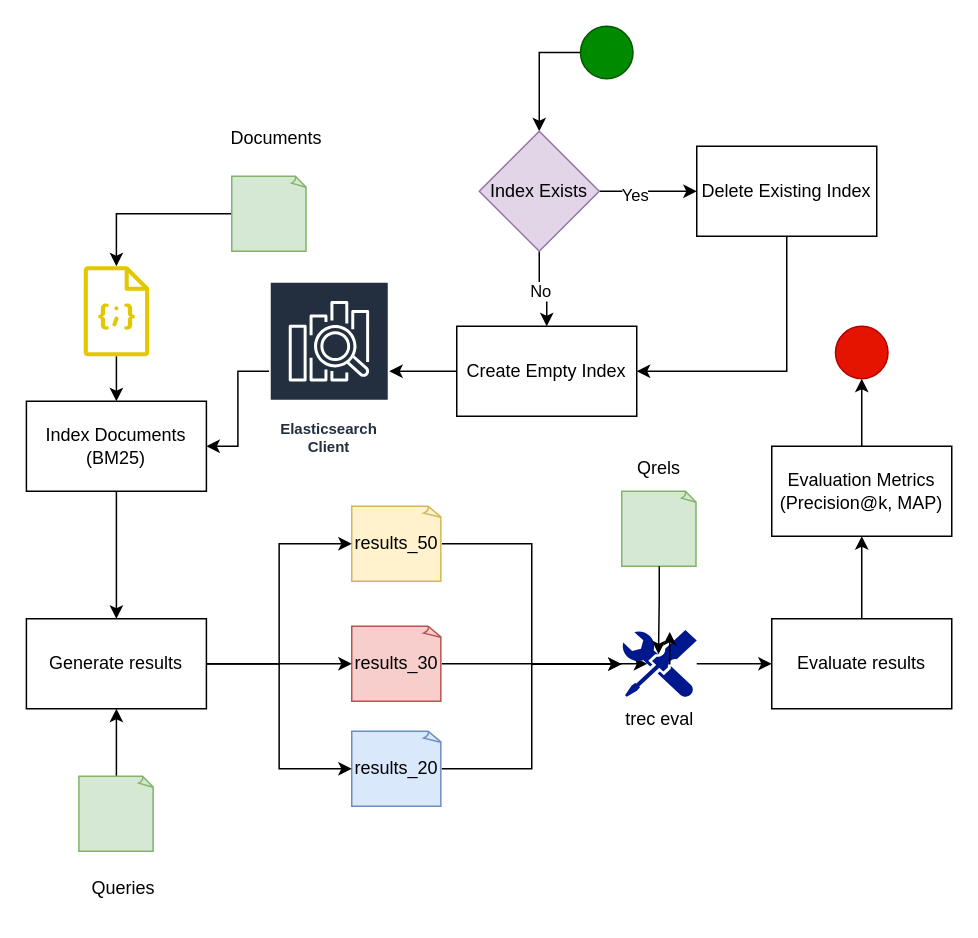
Earlier version of the draw.io diagram framework.drawio (Swkratis210204/Semantic-Information-Retrieval-System-ElasticSearch-FAISS-Transformers-). Source tidied: cells renumbered, new cells numbered last; positions are measured from the earlier drawing's top-left corner, leaving out a move shared by most shapes. Both pictures are drawn from the tidied source at 150%, with x=0, y=0 at pixel (26, 26).
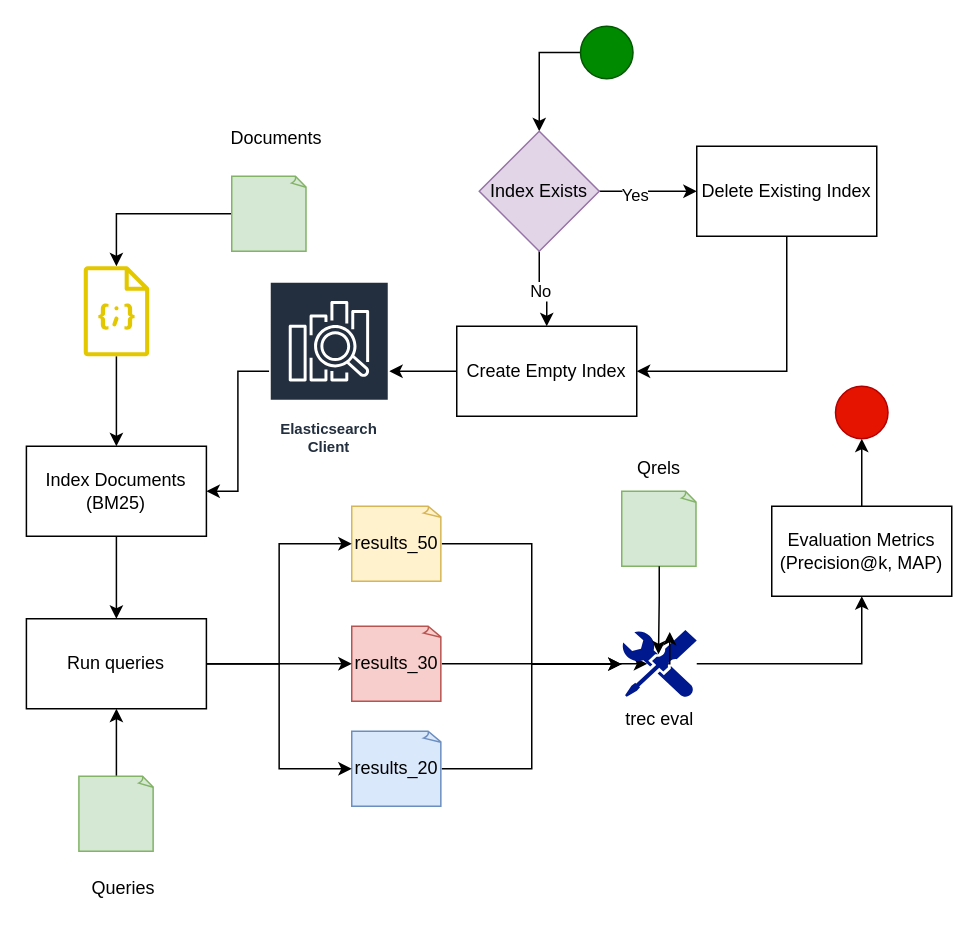
The same page after the edit.

Unchanged cells that the change refers to:
```xml
<mxCell id="43" value="trec eval" style="sketch=0;shadow=0;dashed=0;html=1;strokeColor=none;labelPosition=center;verticalLabelPosition=bottom;verticalAlign=top;align=center;fillColor=#00188D;shape=mxgraph.mscae.enterprise.tool;" parent="1" vertex="1">
  <mxGeometry x="397" y="402.5" width="50" height="45" as="geometry" />
</mxCell>
```

The edit, as a diff of the source:
```diff
@@
     <mxCell id="18" value="Index Documents (BM25)" style="whiteSpace=wrap;html=1;" parent="1" vertex="1">
-      <mxGeometry x="0.1" y="250" width="120" height="60" as="geometry" />
+      <mxGeometry x="0.1" y="280" width="120" height="60" as="geometry" />
     </mxCell>
-    <mxCell id="19" value="Generate results" style="whiteSpace=wrap;html=1;" parent="1" vertex="1">
+    <mxCell id="19" value="Run queries" style="whiteSpace=wrap;html=1;" parent="1" vertex="1">
       <mxGeometry x="0.1" y="395" width="120" height="60" as="geometry" />
     </mxCell>
@@
-    <mxCell id="29" style="edgeStyle=orthogonalEdgeStyle;rounded=0;jettySize=auto;html=1;" parent="1" edge="1" source="30" target="34">
-      <mxGeometry relative="1" as="geometry" />
-    </mxCell>
-    <mxCell id="30" value="Evaluate results" style="whiteSpace=wrap;html=1;" parent="1" vertex="1">
-      <mxGeometry x="497" y="395" width="120" height="60" as="geometry" />
-    </mxCell>
@@
     <mxCell id="34" value="Evaluation Metrics (Precision@k, MAP)" style="whiteSpace=wrap;html=1;" parent="1" vertex="1">
-      <mxGeometry x="497" y="280" width="120" height="60" as="geometry" />
+      <mxGeometry x="497" y="320" width="120" height="60" as="geometry" />
     </mxCell>
@@
     <mxCell id="36" style="ellipse;whiteSpace=wrap;html=1;fillColor=#e51400;fontColor=#ffffff;strokeColor=#B20000;" parent="1" vertex="1">
-      <mxGeometry x="539.5" y="200" width="35" height="35" as="geometry" />
+      <mxGeometry x="539.5" y="240" width="35" height="35" as="geometry" />
     </mxCell>
@@
-    <mxCell id="42" style="edgeStyle=orthogonalEdgeStyle;rounded=0;jettySize=auto;html=1;" parent="1" edge="1" source="43" target="30">
+    <mxCell id="42" style="edgeStyle=orthogonalEdgeStyle;rounded=0;jettySize=auto;html=1;entryX=0.5;entryY=1;entryDx=0;entryDy=0;" parent="1" edge="1" source="43" target="34">
       <mxGeometry relative="1" as="geometry" />
     </mxCell>
```
